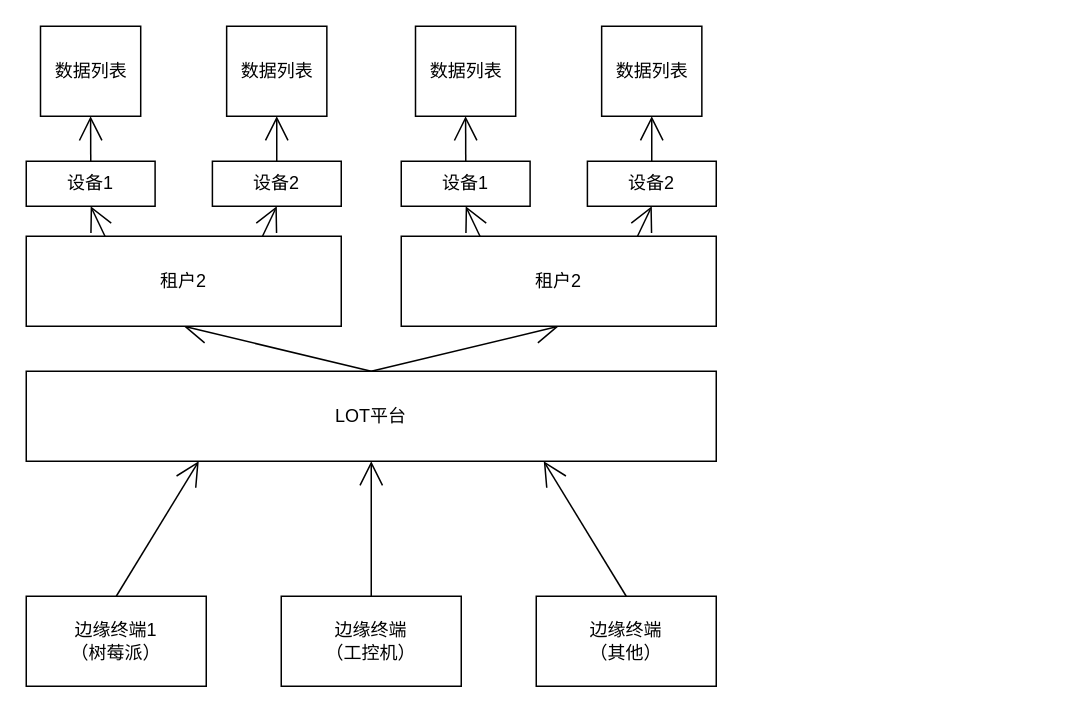
Before: DiagramNet/LOT.drawio in hanrker/diagramNet, a draw.io diagram. Source tidied: cells renumbered, new cells numbered last; positions are measured from the earlier drawing's top-left corner, leaving out a move shared by most shapes. Both pictures are drawn from the tidied source at 150%, with x=0, y=0 at pixel (26, 26).
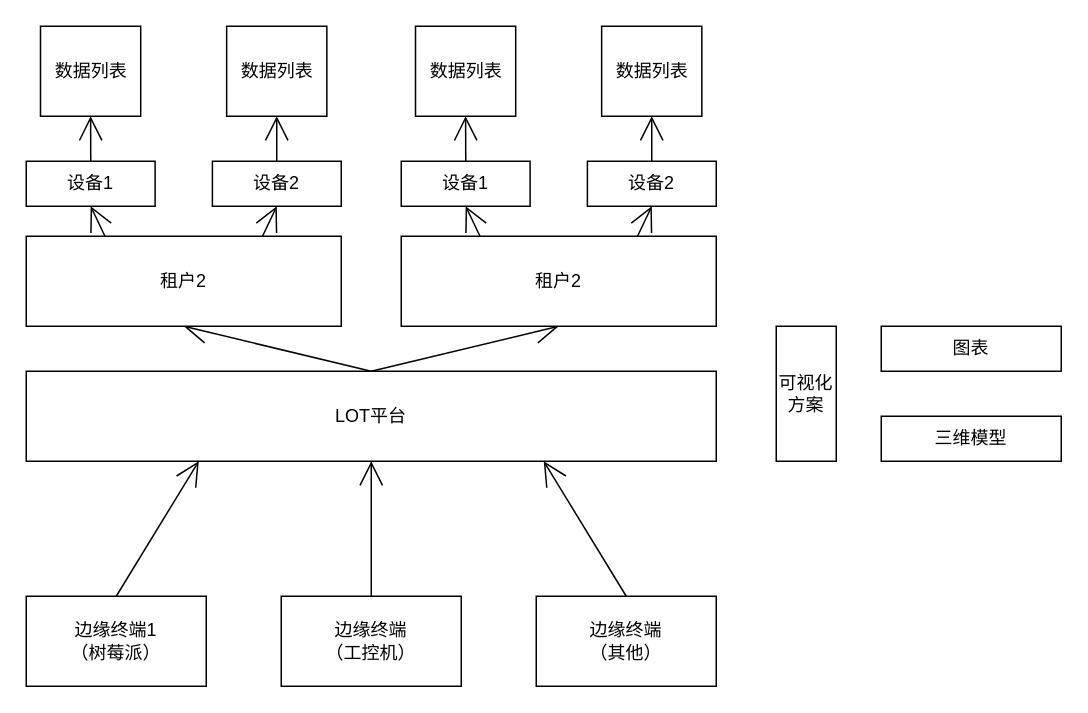
The same page after the edit.

What changed in the source:
```diff
@@
+    <mxCell id="31" value="可视化方案" style="rounded=0;whiteSpace=wrap;html=1;hachureGap=4;" parent="1" vertex="1">
+      <mxGeometry x="500" y="200" width="40" height="90" as="geometry" />
+    </mxCell>
+    <mxCell id="32" value="图表" style="rounded=0;whiteSpace=wrap;html=1;hachureGap=4;" parent="1" vertex="1">
+      <mxGeometry x="570" y="200" width="120" height="30" as="geometry" />
+    </mxCell>
+    <mxCell id="33" value="三维模型" style="rounded=0;whiteSpace=wrap;html=1;hachureGap=4;" parent="1" vertex="1">
+      <mxGeometry x="570" y="260" width="120" height="30" as="geometry" />
+    </mxCell>
```
